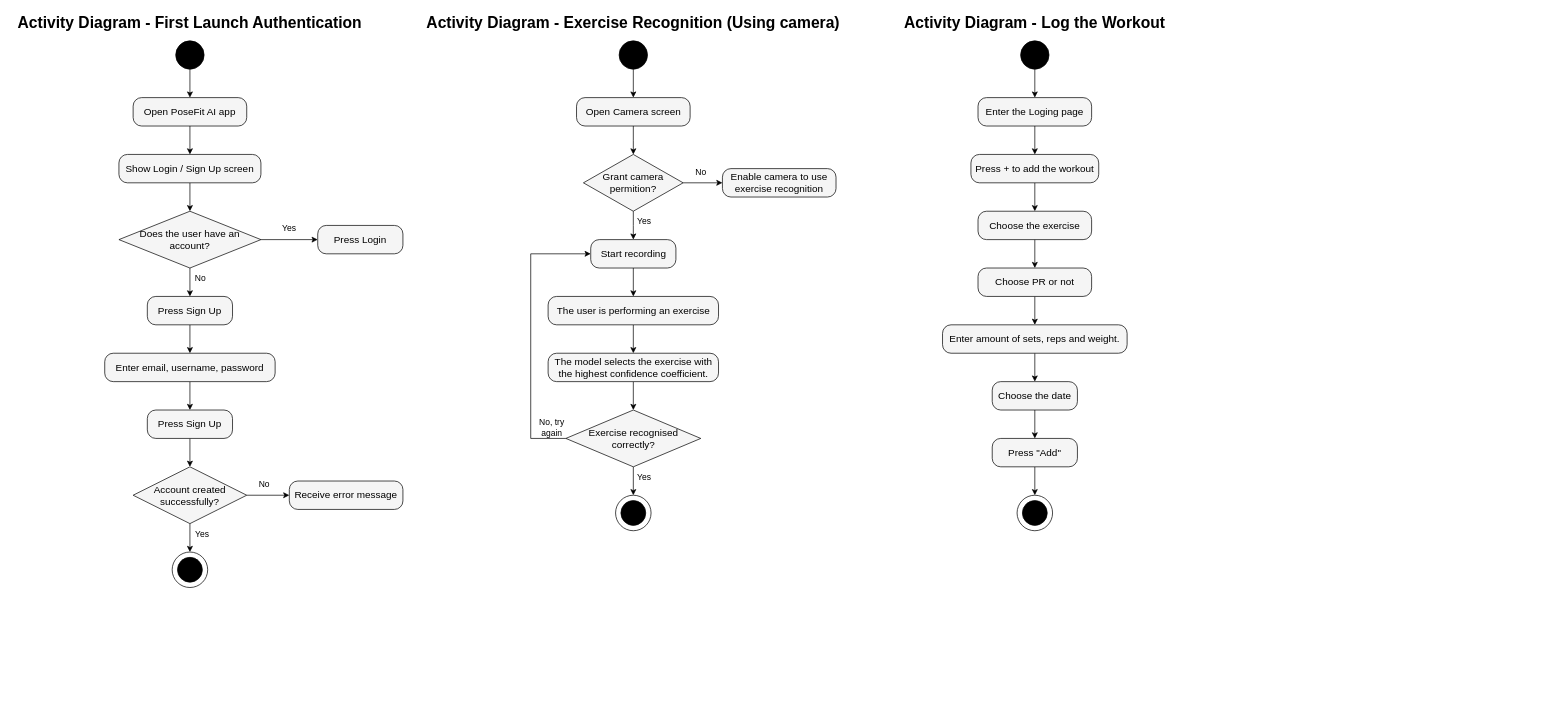
Before: Documentation/Milestone 02 - Mid-Project Review/Diagrams/Activity Diagrams.drawio in ArtemShkurat/FYP-PoseFit_AI, a draw.io diagram. Source tidied: cells renumbered, new cells numbered last; positions are measured from the earlier drawing's top-left corner, leaving out a move shared by most shapes. Both pictures are drawn from the tidied source at 71%, with x=0, y=0 at pixel (12, 12).
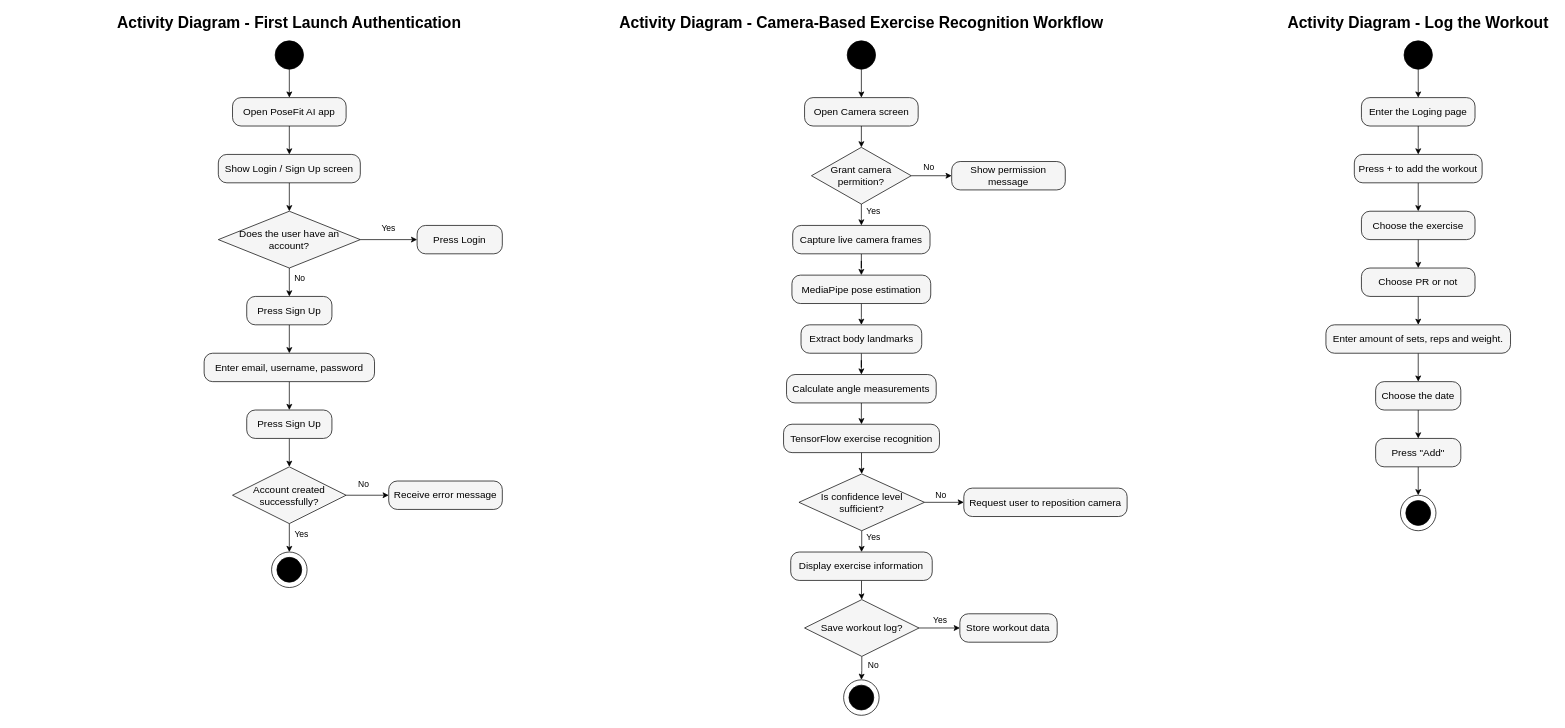
Above is the later version.

The change refers to these unchanged cells:
```xml
<mxCell id="48" style="ellipse;whiteSpace=wrap;html=1;" parent="47" vertex="1">
  <mxGeometry width="50" height="50" as="geometry" />
</mxCell>
```

Diff of the diagram source:
```diff
@@
     <mxCell id="2" style="ellipse;whiteSpace=wrap;html=1;fillColor=#000000;" parent="1" vertex="1">
-      <mxGeometry x="230" y="40" width="40" height="40" as="geometry" />
+      <mxGeometry x="370" y="40" width="40" height="40" as="geometry" />
     </mxCell>
@@
     <mxCell id="4" value="&lt;font style=&quot;font-size: 14px; color: rgb(0, 0, 0);&quot;&gt;Open PoseFit AI app&lt;/font&gt;" style="rounded=1;whiteSpace=wrap;html=1;fillColor=#f5f5f5;fontColor=#333333;strokeColor=#000000;arcSize=30;" parent="1" vertex="1">
-      <mxGeometry x="170" y="120" width="160" height="40" as="geometry" />
+      <mxGeometry x="310" y="120" width="160" height="40" as="geometry" />
     </mxCell>
     <mxCell id="5" value="&lt;font style=&quot;font-size: 22px;&quot;&gt;&lt;b style=&quot;&quot;&gt;Activity Diagram - First Launch Authentication&lt;/b&gt;&lt;/font&gt;" style="text;html=1;whiteSpace=wrap;strokeColor=none;fillColor=none;align=center;verticalAlign=middle;rounded=0;" parent="1" vertex="1">
-      <mxGeometry width="500" height="30" as="geometry" />
+      <mxGeometry x="140" width="500" height="30" as="geometry" />
     </mxCell>
@@
     <mxCell id="8" value="&lt;font style=&quot;font-size: 14px; color: rgb(0, 0, 0);&quot;&gt;Show Login / Sign Up screen&lt;/font&gt;" style="rounded=1;whiteSpace=wrap;html=1;fillColor=#f5f5f5;fontColor=#333333;strokeColor=#000000;arcSize=30;" parent="1" vertex="1">
-      <mxGeometry x="150" y="200" width="200" height="40" as="geometry" />
+      <mxGeometry x="290" y="200" width="200" height="40" as="geometry" />
     </mxCell>
@@
     <mxCell id="11" value="&lt;font style=&quot;font-size: 14px; color: rgb(0, 0, 0);&quot;&gt;Does the user have an account?&lt;/font&gt;" style="rhombus;whiteSpace=wrap;html=1;fillColor=#f5f5f5;fontColor=#333333;strokeColor=#000000;" parent="1" vertex="1">
-      <mxGeometry x="150" y="280" width="200" height="80" as="geometry" />
+      <mxGeometry x="290" y="280" width="200" height="80" as="geometry" />
     </mxCell>
     <mxCell id="12" value="&lt;font color=&quot;#000000&quot;&gt;&lt;span style=&quot;font-size: 14px;&quot;&gt;Press Login&lt;/span&gt;&lt;/font&gt;" style="rounded=1;whiteSpace=wrap;html=1;fillColor=#f5f5f5;fontColor=#333333;strokeColor=#000000;arcSize=30;" parent="1" vertex="1">
-      <mxGeometry x="430" y="300" width="120" height="40" as="geometry" />
+      <mxGeometry x="570" y="300" width="120" height="40" as="geometry" />
     </mxCell>
@@
     <mxCell id="14" value="&lt;font color=&quot;#000000&quot;&gt;&lt;span style=&quot;font-size: 14px;&quot;&gt;Press Sign Up&lt;/span&gt;&lt;/font&gt;" style="rounded=1;whiteSpace=wrap;html=1;fillColor=#f5f5f5;fontColor=#333333;strokeColor=#000000;arcSize=30;" parent="1" vertex="1">
-      <mxGeometry x="190" y="400" width="120" height="40" as="geometry" />
+      <mxGeometry x="330" y="400" width="120" height="40" as="geometry" />
     </mxCell>
     <mxCell id="15" value="Yes" style="text;html=1;whiteSpace=wrap;strokeColor=none;fillColor=none;align=center;verticalAlign=middle;rounded=0;" parent="1" vertex="1">
-      <mxGeometry x="370" y="290" width="40" height="30" as="geometry" />
+      <mxGeometry x="510" y="290" width="40" height="30" as="geometry" />
     </mxCell>
     <mxCell id="16" value="No" style="text;html=1;whiteSpace=wrap;strokeColor=none;fillColor=none;align=center;verticalAlign=middle;rounded=0;" parent="1" vertex="1">
-      <mxGeometry x="250" y="360" width="30" height="30" as="geometry" />
+      <mxGeometry x="390" y="360" width="30" height="30" as="geometry" />
     </mxCell>
@@
     <mxCell id="18" value="&lt;font style=&quot;font-size: 14px; color: rgb(0, 0, 0);&quot;&gt;Enter email, username, password&lt;/font&gt;" style="rounded=1;whiteSpace=wrap;html=1;fillColor=#f5f5f5;fontColor=#333333;strokeColor=#000000;arcSize=30;" parent="1" vertex="1">
-      <mxGeometry x="130" y="480" width="240" height="40" as="geometry" />
+      <mxGeometry x="270" y="480" width="240" height="40" as="geometry" />
     </mxCell>
@@
     <mxCell id="20" value="&lt;font color=&quot;#000000&quot;&gt;&lt;span style=&quot;font-size: 14px;&quot;&gt;Press Sign Up&lt;/span&gt;&lt;/font&gt;" style="rounded=1;whiteSpace=wrap;html=1;fillColor=#f5f5f5;fontColor=#333333;strokeColor=#000000;arcSize=30;" parent="1" vertex="1">
-      <mxGeometry x="190" y="560" width="120" height="40" as="geometry" />
+      <mxGeometry x="330" y="560" width="120" height="40" as="geometry" />
     </mxCell>
@@
     <mxCell id="23" value="&lt;span style=&quot;color: rgb(0, 0, 0); font-size: 14px;&quot;&gt;Account created successfully?&lt;/span&gt;" style="rhombus;whiteSpace=wrap;html=1;fillColor=#f5f5f5;fontColor=#333333;strokeColor=#000000;" parent="1" vertex="1">
-      <mxGeometry x="170" y="640" width="160" height="80" as="geometry" />
+      <mxGeometry x="310" y="640" width="160" height="80" as="geometry" />
     </mxCell>
     <mxCell id="24" value="&lt;font color=&quot;#000000&quot;&gt;&lt;span style=&quot;font-size: 14px;&quot;&gt;Receive error message&lt;/span&gt;&lt;/font&gt;" style="rounded=1;whiteSpace=wrap;html=1;fillColor=#f5f5f5;fontColor=#333333;strokeColor=#000000;arcSize=30;" parent="1" vertex="1">
-      <mxGeometry x="390" y="660" width="160" height="40" as="geometry" />
+      <mxGeometry x="530" y="660" width="160" height="40" as="geometry" />
     </mxCell>
     <mxCell id="25" value="No" style="text;html=1;whiteSpace=wrap;strokeColor=none;fillColor=none;align=center;verticalAlign=middle;rounded=0;" parent="1" vertex="1">
-      <mxGeometry x="340" y="650" width="30" height="30" as="geometry" />
+      <mxGeometry x="480" y="650" width="30" height="30" as="geometry" />
     </mxCell>
     <mxCell id="26" style="group;" parent="1" vertex="1">
-      <mxGeometry x="225" y="760" width="50" height="50" as="geometry" />
+      <mxGeometry x="365" y="760" width="50" height="50" as="geometry" />
     </mxCell>
@@
     <mxCell id="29" value="Yes" style="text;html=1;whiteSpace=wrap;strokeColor=none;fillColor=none;align=center;verticalAlign=middle;rounded=0;" parent="1" vertex="1">
-      <mxGeometry x="250" y="720" width="35" height="30" as="geometry" />
+      <mxGeometry x="390" y="720" width="35" height="30" as="geometry" />
     </mxCell>
-    <mxCell id="30" value="&lt;font style=&quot;font-size: 22px;&quot;&gt;&lt;b style=&quot;&quot;&gt;Activity Diagram - Exercise Recognition (Using camera)&lt;/b&gt;&lt;/font&gt;" style="text;html=1;whiteSpace=wrap;strokeColor=none;fillColor=none;align=center;verticalAlign=middle;rounded=0;" parent="1" vertex="1">
-      <mxGeometry x="580" width="589" height="30" as="geometry" />
+    <mxCell id="30" value="&lt;font style=&quot;font-size: 22px;&quot;&gt;&lt;font style=&quot;&quot;&gt;&lt;b style=&quot;&quot;&gt;Activity Diagram -&amp;nbsp;&lt;/b&gt;&lt;/font&gt;&lt;b&gt;Camera-Based Exercise Recognition Workflow&lt;/b&gt;&lt;/font&gt;" style="text;html=1;whiteSpace=wrap;strokeColor=none;fillColor=none;align=center;verticalAlign=middle;rounded=0;" parent="1" vertex="1">
+      <mxGeometry x="851.5" width="688.3" height="30" as="geometry" />
     </mxCell>
@@
     <mxCell id="32" style="ellipse;whiteSpace=wrap;html=1;fillColor=#000000;" parent="1" vertex="1">
-      <mxGeometry x="854.5" y="40" width="40" height="40" as="geometry" />
+      <mxGeometry x="1175.7" y="40" width="40" height="40" as="geometry" />
     </mxCell>
@@
     <mxCell id="34" value="&lt;font style=&quot;font-size: 14px; color: rgb(0, 0, 0);&quot;&gt;Open Camera screen&lt;/font&gt;" style="rounded=1;whiteSpace=wrap;html=1;fillColor=#f5f5f5;fontColor=#333333;strokeColor=#000000;arcSize=30;" parent="1" vertex="1">
-      <mxGeometry x="794.5" y="120" width="160" height="40" as="geometry" />
+      <mxGeometry x="1115.7" y="120" width="160" height="40" as="geometry" />
     </mxCell>
@@
     <mxCell id="37" value="&lt;font style=&quot;font-size: 14px; color: rgb(0, 0, 0);&quot;&gt;Grant camera permition?&lt;/font&gt;" style="rhombus;whiteSpace=wrap;html=1;fillColor=#f5f5f5;fontColor=#333333;strokeColor=#000000;" parent="1" vertex="1">
-      <mxGeometry x="804.2" y="200" width="140.5" height="80" as="geometry" />
+      <mxGeometry x="1125.4" y="190" width="140.5" height="80" as="geometry" />
     </mxCell>
     <mxCell id="38" value="No" style="text;html=1;whiteSpace=wrap;strokeColor=none;fillColor=none;align=center;verticalAlign=middle;rounded=0;" parent="1" vertex="1">
-      <mxGeometry x="954.5" y="210" width="30" height="30" as="geometry" />
+      <mxGeometry x="1275.7" y="205" width="30" height="25" as="geometry" />
     </mxCell>
-    <mxCell id="39" value="&lt;font style=&quot;font-size: 14px; color: rgb(0, 0, 0);&quot;&gt;Enable camera to use exercise recognition&lt;/font&gt;" style="rounded=1;whiteSpace=wrap;html=1;fillColor=#f5f5f5;fontColor=#333333;strokeColor=#000000;arcSize=30;" parent="1" vertex="1">
-      <mxGeometry x="1000" y="220" width="160" height="40" as="geometry" />
+    <mxCell id="39" value="&lt;font style=&quot;font-size: 14px; color: rgb(0, 0, 0);&quot;&gt;Show permission message&lt;/font&gt;" style="rounded=1;whiteSpace=wrap;html=1;fillColor=#f5f5f5;fontColor=#333333;strokeColor=#000000;arcSize=30;" parent="1" vertex="1">
+      <mxGeometry x="1322.9" y="210" width="160" height="40" as="geometry" />
     </mxCell>
@@
-    <mxCell id="41" value="&lt;font color=&quot;#000000&quot;&gt;&lt;span style=&quot;font-size: 14px;&quot;&gt;Start recording&lt;/span&gt;&lt;/font&gt;" style="rounded=1;whiteSpace=wrap;html=1;fillColor=#f5f5f5;fontColor=#333333;strokeColor=#000000;arcSize=30;" parent="1" vertex="1">
-      <mxGeometry x="814.5" y="320" width="120" height="40" as="geometry" />
+    <mxCell id="41" value="&lt;font style=&quot;font-size: 14px; color: rgb(0, 0, 0);&quot;&gt;Capture live camera frames&lt;/font&gt;" style="rounded=1;whiteSpace=wrap;html=1;fillColor=#f5f5f5;fontColor=#333333;strokeColor=#000000;arcSize=30;" parent="1" vertex="1">
+      <mxGeometry x="1099" y="300" width="193.4" height="40" as="geometry" />
     </mxCell>
     <mxCell id="42" value="Yes" style="text;html=1;whiteSpace=wrap;strokeColor=none;fillColor=none;align=center;verticalAlign=middle;rounded=0;" parent="1" vertex="1">
-      <mxGeometry x="875" y="280" width="30" height="30" as="geometry" />
+      <mxGeometry x="1197.9" y="270" width="30" height="20" as="geometry" />
     </mxCell>
-    <mxCell id="43" style="edgeStyle=orthogonalEdgeStyle;rounded=0;jettySize=auto;html=1;entryX=0.5;entryY=0;entryDx=0;entryDy=0;" parent="1" edge="1" source="44" target="46">
-      <mxGeometry relative="1" as="geometry" />
-    </mxCell>
+    <mxCell id="75" style="edgeStyle=orthogonalEdgeStyle;rounded=0;jettySize=auto;html=1;" parent="1" edge="1" source="44" target="79">
+      <mxGeometry relative="1" as="geometry" />
+    </mxCell>
-    <mxCell id="44" value="&lt;font style=&quot;font-size: 14px; color: rgb(0, 0, 0);&quot;&gt;The user is performing an exercise&lt;/font&gt;" style="rounded=1;whiteSpace=wrap;html=1;fillColor=#f5f5f5;fontColor=#333333;strokeColor=#000000;arcSize=30;" parent="1" vertex="1">
-      <mxGeometry x="754.5" y="400" width="240" height="40" as="geometry" />
+    <mxCell id="44" value="&lt;font style=&quot;font-size: 14px; color: rgb(0, 0, 0);&quot;&gt;MediaPipe pose estimation&lt;/font&gt;" style="rounded=1;whiteSpace=wrap;html=1;fillColor=#f5f5f5;fontColor=#333333;strokeColor=#000000;arcSize=30;" parent="1" vertex="1">
+      <mxGeometry x="1097.9" y="370" width="195.5" height="40" as="geometry" />
     </mxCell>
-    <mxCell id="45" style="edgeStyle=orthogonalEdgeStyle;rounded=0;jettySize=auto;html=1;entryX=0.5;entryY=0;entryDx=0;entryDy=0;" parent="1" edge="1" source="46" target="52">
-      <mxGeometry relative="1" as="geometry" />
-    </mxCell>
-    <mxCell id="46" value="&lt;font style=&quot;font-size: 14px; color: rgb(0, 0, 0);&quot;&gt;The model selects the exercise with the highest confidence coefficient.&lt;/font&gt;" style="rounded=1;whiteSpace=wrap;html=1;fillColor=#f5f5f5;fontColor=#333333;strokeColor=#000000;arcSize=30;" parent="1" vertex="1">
-      <mxGeometry x="754.5" y="480" width="240" height="40" as="geometry" />
-    </mxCell>
     <mxCell id="47" style="group;" parent="1" vertex="1">
-      <mxGeometry x="849.5" y="680" width="50" height="50" as="geometry" />
+      <mxGeometry x="1170.7" y="940" width="50" height="50" as="geometry" />
     </mxCell>
@@
-    <mxCell id="50" style="edgeStyle=orthogonalEdgeStyle;rounded=0;jettySize=auto;html=1;entryX=0.5;entryY=0;entryDx=0;entryDy=0;" parent="1" edge="1" source="52" target="48">
-      <mxGeometry relative="1" as="geometry" />
-    </mxCell>
-    <mxCell id="51" style="edgeStyle=orthogonalEdgeStyle;rounded=0;jettySize=auto;html=1;entryX=0;entryY=0.5;entryDx=0;entryDy=0;" parent="1" edge="1" source="52" target="41">
-      <mxGeometry relative="1" as="geometry">
-        <Array as="points">
-          <mxPoint x="730" y="600" />
-          <mxPoint x="730" y="340" />
-        </Array>
-      </mxGeometry>
-    </mxCell>
+    <mxCell id="76" style="edgeStyle=orthogonalEdgeStyle;rounded=0;jettySize=auto;html=1;" parent="1" edge="1" source="52" target="84">
+      <mxGeometry relative="1" as="geometry" />
+    </mxCell>
+    <mxCell id="77" style="edgeStyle=orthogonalEdgeStyle;rounded=0;jettySize=auto;html=1;" parent="1" edge="1" source="52" target="87">
+      <mxGeometry relative="1" as="geometry" />
+    </mxCell>
-    <mxCell id="52" value="&lt;span style=&quot;color: rgb(0, 0, 0); font-size: 14px;&quot;&gt;Exercise recognised correctly?&lt;/span&gt;" style="rhombus;whiteSpace=wrap;html=1;fillColor=#f5f5f5;fontColor=#333333;strokeColor=#000000;" parent="1" vertex="1">
-      <mxGeometry x="779.5" y="560" width="190" height="80" as="geometry" />
+    <mxCell id="52" value="&lt;span style=&quot;font-size: 14px;&quot;&gt;&lt;font style=&quot;color: rgb(0, 0, 0);&quot;&gt;Is confidence level sufficient?&lt;/font&gt;&lt;/span&gt;" style="rhombus;whiteSpace=wrap;html=1;fillColor=#f5f5f5;fontColor=#333333;strokeColor=#000000;" parent="1" vertex="1">
+      <mxGeometry x="1107.8" y="650" width="176.8" height="80" as="geometry" />
     </mxCell>
     <mxCell id="53" value="Yes" style="text;html=1;whiteSpace=wrap;strokeColor=none;fillColor=none;align=center;verticalAlign=middle;rounded=0;" parent="1" vertex="1">
-      <mxGeometry x="875" y="640" width="30" height="30" as="geometry" />
+      <mxGeometry x="1197.9" y="730" width="30" height="20" as="geometry" />
     </mxCell>
-    <mxCell id="54" value="No, try again" style="text;html=1;whiteSpace=wrap;strokeColor=none;fillColor=none;align=center;verticalAlign=middle;rounded=0;" parent="1" vertex="1">
-      <mxGeometry x="740" y="570" width="40" height="30" as="geometry" />
-    </mxCell>
     <mxCell id="55" value="&lt;span style=&quot;font-size: 22px;&quot;&gt;&lt;b&gt;Activity Diagram - Log the Workout&lt;/b&gt;&lt;/span&gt;" style="text;html=1;whiteSpace=wrap;strokeColor=none;fillColor=none;align=center;verticalAlign=middle;rounded=0;" parent="1" vertex="1">
-      <mxGeometry x="1250" width="380" height="30" as="geometry" />
+      <mxGeometry x="1790" width="380" height="30" as="geometry" />
     </mxCell>
@@
     <mxCell id="57" style="ellipse;whiteSpace=wrap;html=1;fillColor=#000000;" parent="1" vertex="1">
-      <mxGeometry x="1420" y="40" width="40" height="40" as="geometry" />
+      <mxGeometry x="1960" y="40" width="40" height="40" as="geometry" />
     </mxCell>
@@
     <mxCell id="59" value="&lt;font style=&quot;font-size: 14px; color: rgb(0, 0, 0);&quot;&gt;Enter the Loging page&lt;/font&gt;" style="rounded=1;whiteSpace=wrap;html=1;fillColor=#f5f5f5;fontColor=#333333;strokeColor=#000000;arcSize=30;" parent="1" vertex="1">
-      <mxGeometry x="1360" y="120" width="160" height="40" as="geometry" />
+      <mxGeometry x="1900" y="120" width="160" height="40" as="geometry" />
     </mxCell>
@@
     <mxCell id="61" value="&lt;font style=&quot;font-size: 14px; color: rgb(0, 0, 0);&quot;&gt;Press + to add the workout&lt;/font&gt;" style="rounded=1;whiteSpace=wrap;html=1;fillColor=#f5f5f5;fontColor=#333333;strokeColor=#000000;arcSize=30;" parent="1" vertex="1">
-      <mxGeometry x="1350" y="200" width="180" height="40" as="geometry" />
+      <mxGeometry x="1890" y="200" width="180" height="40" as="geometry" />
     </mxCell>
@@
     <mxCell id="63" value="&lt;font style=&quot;font-size: 14px; color: rgb(0, 0, 0);&quot;&gt;Choose the exercise&lt;/font&gt;" style="rounded=1;whiteSpace=wrap;html=1;fillColor=#f5f5f5;fontColor=#333333;strokeColor=#000000;arcSize=30;" parent="1" vertex="1">
-      <mxGeometry x="1360" y="280" width="160" height="40" as="geometry" />
+      <mxGeometry x="1900" y="280" width="160" height="40" as="geometry" />
     </mxCell>
@@
     <mxCell id="65" value="&lt;font style=&quot;font-size: 14px; color: rgb(0, 0, 0);&quot;&gt;Choose PR or not&lt;/font&gt;" style="rounded=1;whiteSpace=wrap;html=1;fillColor=#f5f5f5;fontColor=#333333;strokeColor=#000000;arcSize=30;" parent="1" vertex="1">
-      <mxGeometry x="1360" y="360" width="160" height="40" as="geometry" />
+      <mxGeometry x="1900" y="360" width="160" height="40" as="geometry" />
     </mxCell>
@@
     <mxCell id="67" value="&lt;font style=&quot;font-size: 14px; color: rgb(0, 0, 0);&quot;&gt;Enter amount of sets, reps and weight.&lt;/font&gt;" style="rounded=1;whiteSpace=wrap;html=1;fillColor=#f5f5f5;fontColor=#333333;strokeColor=#000000;arcSize=30;" parent="1" vertex="1">
-      <mxGeometry x="1310" y="440" width="260" height="40" as="geometry" />
+      <mxGeometry x="1850" y="440" width="260" height="40" as="geometry" />
     </mxCell>
@@
     <mxCell id="69" value="&lt;font style=&quot;font-size: 14px; color: rgb(0, 0, 0);&quot;&gt;Choose the date&lt;/font&gt;" style="rounded=1;whiteSpace=wrap;html=1;fillColor=#f5f5f5;fontColor=#333333;strokeColor=#000000;arcSize=30;" parent="1" vertex="1">
-      <mxGeometry x="1380" y="520" width="120" height="40" as="geometry" />
+      <mxGeometry x="1920" y="520" width="120" height="40" as="geometry" />
     </mxCell>
@@
     <mxCell id="71" value="&lt;font style=&quot;font-size: 14px; color: rgb(0, 0, 0);&quot;&gt;Press &quot;Add&quot;&lt;/font&gt;" style="rounded=1;whiteSpace=wrap;html=1;fillColor=#f5f5f5;fontColor=#333333;strokeColor=#000000;arcSize=30;" parent="1" vertex="1">
-      <mxGeometry x="1380" y="600" width="120" height="40" as="geometry" />
+      <mxGeometry x="1920" y="600" width="120" height="40" as="geometry" />
     </mxCell>
     <mxCell id="72" style="group;" parent="1" vertex="1">
-      <mxGeometry x="1415" y="680" width="50" height="50" as="geometry" />
+      <mxGeometry x="1955" y="680" width="50" height="50" as="geometry" />
     </mxCell>
@@
+    <mxCell id="78" style="edgeStyle=orthogonalEdgeStyle;rounded=0;jettySize=auto;html=1;" parent="1" edge="1" source="79" target="81">
+      <mxGeometry relative="1" as="geometry" />
+    </mxCell>
+    <mxCell id="79" value="&lt;font style=&quot;font-size: 14px; color: rgb(0, 0, 0);&quot;&gt;Extract body landmarks&lt;/font&gt;" style="rounded=1;whiteSpace=wrap;html=1;fillColor=#f5f5f5;fontColor=#333333;strokeColor=#000000;arcSize=30;" parent="1" vertex="1">
+      <mxGeometry x="1110.7" y="440" width="170" height="40" as="geometry" />
+    </mxCell>
+    <mxCell id="80" style="edgeStyle=orthogonalEdgeStyle;rounded=0;jettySize=auto;html=1;" parent="1" edge="1" source="81" target="83">
+      <mxGeometry relative="1" as="geometry" />
+    </mxCell>
+    <mxCell id="81" value="&lt;font style=&quot;font-size: 14px; color: rgb(0, 0, 0);&quot;&gt;Calculate angle measurements&lt;/font&gt;" style="rounded=1;whiteSpace=wrap;html=1;fillColor=#f5f5f5;fontColor=#333333;strokeColor=#000000;arcSize=30;" parent="1" vertex="1">
+      <mxGeometry x="1090.3" y="510" width="210.8" height="40" as="geometry" />
+    </mxCell>
+    <mxCell id="82" style="edgeStyle=orthogonalEdgeStyle;rounded=0;jettySize=auto;html=1;" parent="1" edge="1" source="83" target="52">
+      <mxGeometry relative="1" as="geometry" />
+    </mxCell>
+    <mxCell id="83" value="&lt;font style=&quot;font-size: 14px; color: rgb(0, 0, 0);&quot;&gt;TensorFlow exercise recognition&lt;/font&gt;" style="rounded=1;whiteSpace=wrap;html=1;fillColor=#f5f5f5;fontColor=#333333;strokeColor=#000000;arcSize=30;" parent="1" vertex="1">
+      <mxGeometry x="1086.1" y="580" width="219.6" height="40" as="geometry" />
+    </mxCell>
+    <mxCell id="84" value="&lt;font style=&quot;font-size: 14px; color: rgb(0, 0, 0);&quot;&gt;Request user to reposition camera&lt;/font&gt;" style="rounded=1;whiteSpace=wrap;html=1;fillColor=#f5f5f5;fontColor=#333333;strokeColor=#000000;arcSize=30;" parent="1" vertex="1">
+      <mxGeometry x="1340" y="670" width="230" height="40" as="geometry" />
+    </mxCell>
+    <mxCell id="85" value="No" style="text;html=1;whiteSpace=wrap;strokeColor=none;fillColor=none;align=center;verticalAlign=middle;rounded=0;" parent="1" vertex="1">
+      <mxGeometry x="1292.9" y="667.5" width="30" height="25" as="geometry" />
+    </mxCell>
+    <mxCell id="86" style="edgeStyle=orthogonalEdgeStyle;rounded=0;jettySize=auto;html=1;" parent="1" edge="1" source="87" target="90">
+      <mxGeometry relative="1" as="geometry" />
+    </mxCell>
+    <mxCell id="87" value="&lt;font style=&quot;font-size: 14px; color: rgb(0, 0, 0);&quot;&gt;Display exercise information&lt;/font&gt;" style="rounded=1;whiteSpace=wrap;html=1;fillColor=#f5f5f5;fontColor=#333333;strokeColor=#000000;arcSize=30;" parent="1" vertex="1">
+      <mxGeometry x="1096.2" y="760" width="199.3" height="40" as="geometry" />
+    </mxCell>
+    <mxCell id="88" style="edgeStyle=orthogonalEdgeStyle;rounded=0;jettySize=auto;html=1;entryX=0.5;entryY=0;entryDx=0;entryDy=0;" parent="1" edge="1" source="90" target="48">
+      <mxGeometry relative="1" as="geometry" />
+    </mxCell>
+    <mxCell id="89" style="edgeStyle=orthogonalEdgeStyle;rounded=0;jettySize=auto;html=1;" parent="1" edge="1" source="90" target="92">
+      <mxGeometry relative="1" as="geometry" />
+    </mxCell>
+    <mxCell id="90" value="&lt;span style=&quot;font-size: 14px;&quot;&gt;&lt;font style=&quot;color: rgb(0, 0, 0);&quot;&gt;Save workout log?&lt;/font&gt;&lt;/span&gt;" style="rhombus;whiteSpace=wrap;html=1;fillColor=#f5f5f5;fontColor=#333333;strokeColor=#000000;" parent="1" vertex="1">
+      <mxGeometry x="1115.7" y="827" width="161.2" height="80" as="geometry" />
+    </mxCell>
+    <mxCell id="91" value="No" style="text;html=1;whiteSpace=wrap;strokeColor=none;fillColor=none;align=center;verticalAlign=middle;rounded=0;" parent="1" vertex="1">
+      <mxGeometry x="1197.9" y="907" width="30" height="25" as="geometry" />
+    </mxCell>
+    <mxCell id="92" value="&lt;font style=&quot;font-size: 14px; color: rgb(0, 0, 0);&quot;&gt;Store workout data&lt;/font&gt;" style="rounded=1;whiteSpace=wrap;html=1;fillColor=#f5f5f5;fontColor=#333333;strokeColor=#000000;arcSize=30;" parent="1" vertex="1">
+      <mxGeometry x="1334.4" y="847" width="137.1" height="40" as="geometry" />
+    </mxCell>
+    <mxCell id="93" value="Yes" style="text;html=1;whiteSpace=wrap;strokeColor=none;fillColor=none;align=center;verticalAlign=middle;rounded=0;" parent="1" vertex="1">
+      <mxGeometry x="1292.3" y="847" width="30" height="20" as="geometry" />
+    </mxCell>
```
